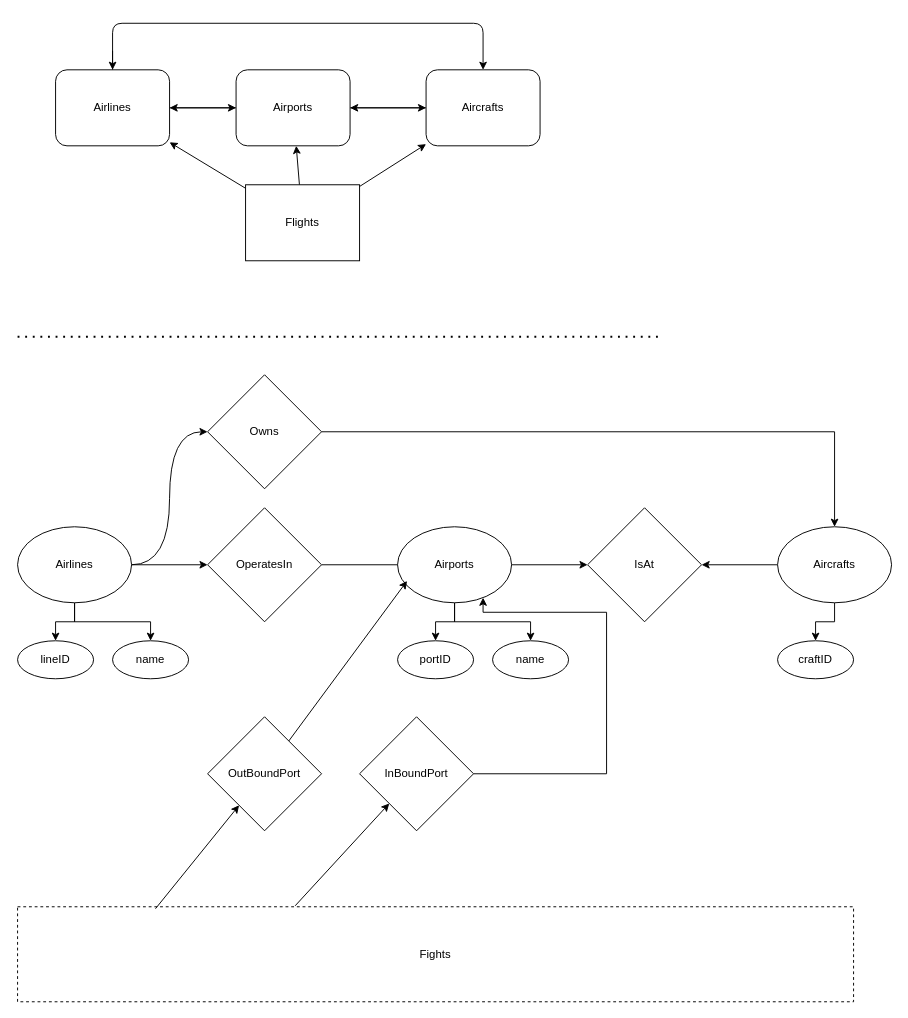
Before: page "PhysicalLayer" (3 of 7) of ERDiagram.drawio in kyle4036/DatabaseManagement2026Project1, a draw.io diagram. Source tidied: cells renumbered, new cells numbered last; positions are measured from the earlier drawing's top-left corner, leaving out a move shared by most shapes. Both pictures are drawn from the tidied source at 95%, with x=0, y=0 at pixel (17, 23).
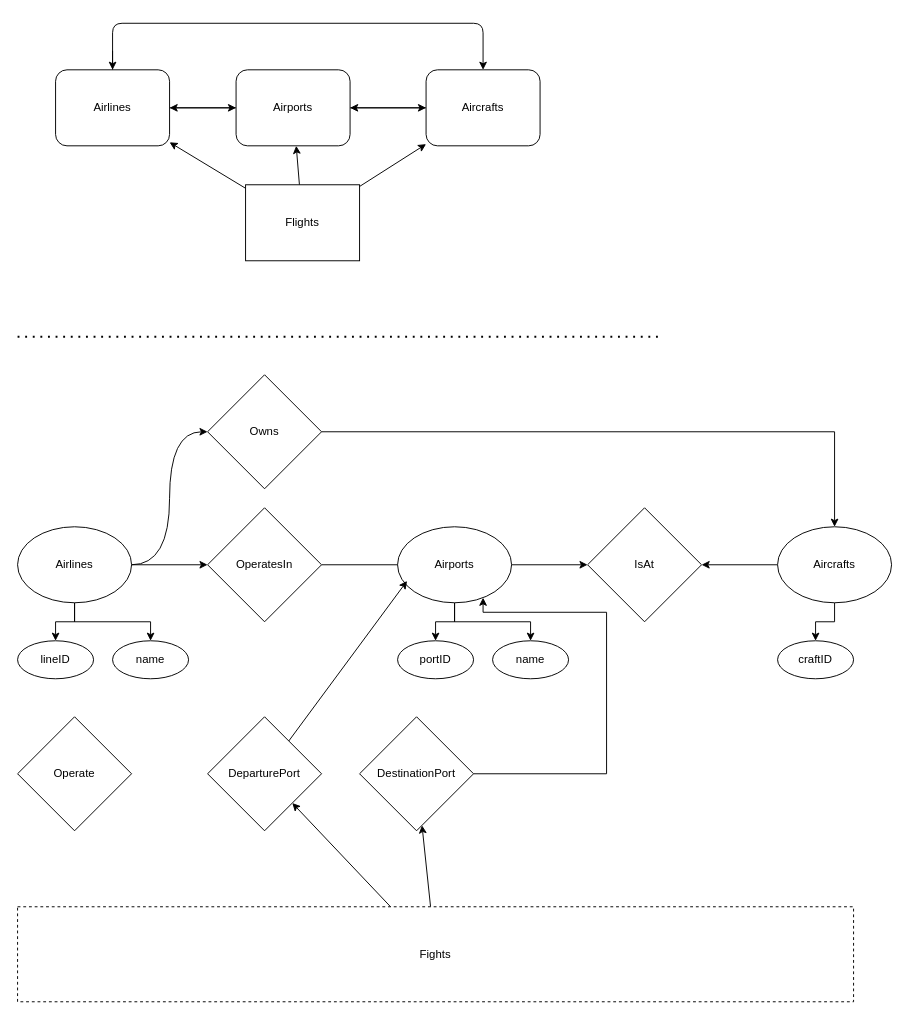
After the change.

The change refers to these unchanged cells:
```xml
<mxCell id="39" value="Fights" style="rounded=0;whiteSpace=wrap;html=1;dashed=1;" parent="1" vertex="1">
  <mxGeometry y="930" width="880" height="100" as="geometry" />
</mxCell>
```

What changed in the source:
```diff
@@
-    <mxCell id="38" style="rounded=0;jettySize=auto;html=1;exitX=0.332;exitY=-0.01;exitDx=0;exitDy=0;exitPerimeter=0;" parent="1" edge="1" source="39" target="41">
+    <mxCell id="38" style="rounded=0;jettySize=auto;html=1;" parent="1" edge="1" source="39" target="41">
       <mxGeometry relative="1" as="geometry" />
     </mxCell>
@@
-    <mxCell id="41" value="InBoundPort" style="rhombus;whiteSpace=wrap;html=1;" parent="1" vertex="1">
+    <mxCell id="41" value="DestinationPort" style="rhombus;whiteSpace=wrap;html=1;" parent="1" vertex="1">
       <mxGeometry x="360" y="730" width="120" height="120" as="geometry" />
     </mxCell>
-    <mxCell id="42" value="OutBoundPort" style="rhombus;whiteSpace=wrap;html=1;" parent="1" vertex="1">
+    <mxCell id="42" value="DeparturePort" style="rhombus;whiteSpace=wrap;html=1;" parent="1" vertex="1">
       <mxGeometry x="200" y="730" width="120" height="120" as="geometry" />
     </mxCell>
-    <mxCell id="43" style="rounded=0;jettySize=auto;html=1;exitX=0.165;exitY=0.02;exitDx=0;exitDy=0;exitPerimeter=0;" parent="1" edge="1" source="39" target="42">
+    <mxCell id="43" style="rounded=0;jettySize=auto;html=1;" parent="1" edge="1" source="39" target="42">
       <mxGeometry relative="1" as="geometry" />
     </mxCell>
@@
+    <mxCell id="45" value="Operate" style="rhombus;whiteSpace=wrap;html=1;" parent="1" vertex="1">
+      <mxGeometry y="730" width="120" height="120" as="geometry" />
+    </mxCell>
```
